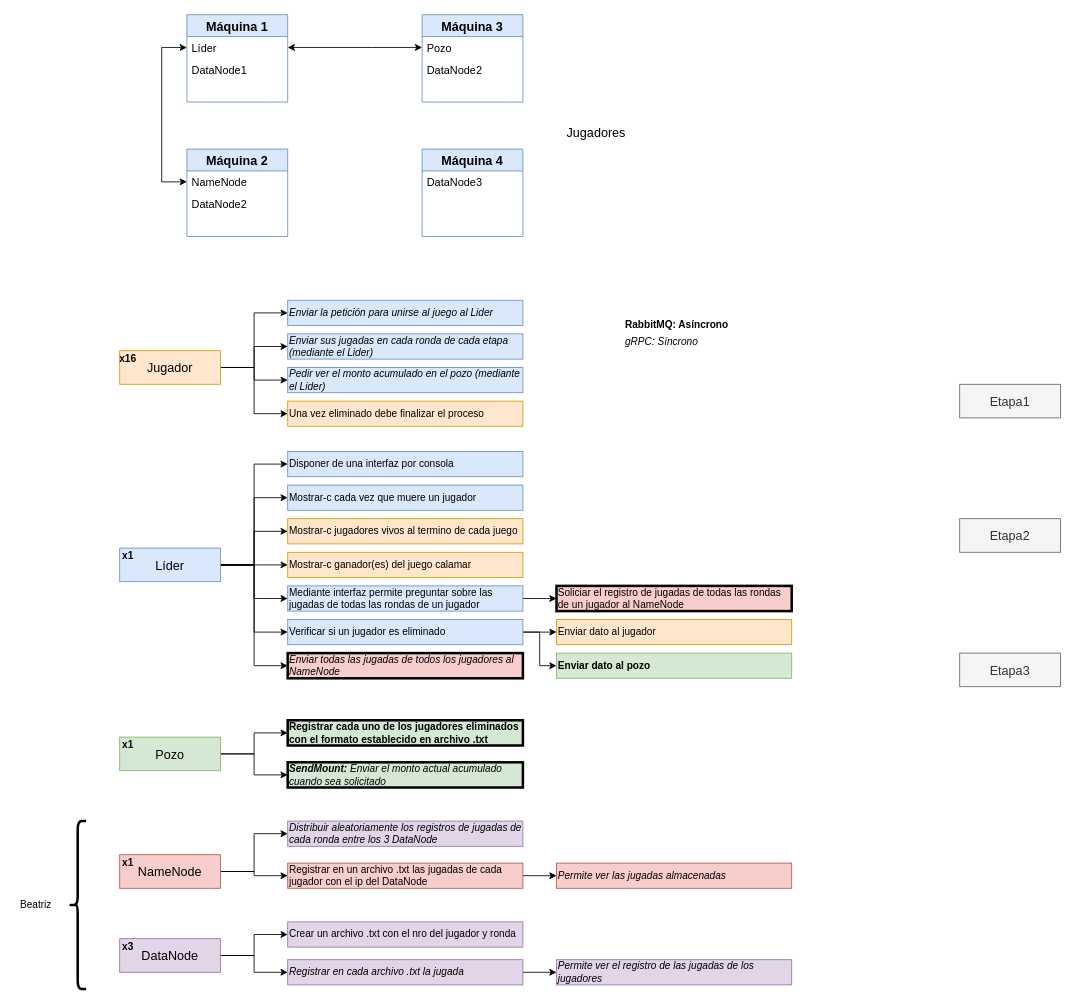
srlaggy/Lab2-Grupo42-INF343 keeps this draw.io diagram as Tarea2.drawio. Above is the earlier version. Source tidied: cells renumbered, new cells numbered last; positions are measured from the earlier drawing's top-left corner, leaving out a move shared by most shapes. Both pictures are drawn from the tidied source at 84%, with x=0, y=0 at pixel (14, 14).
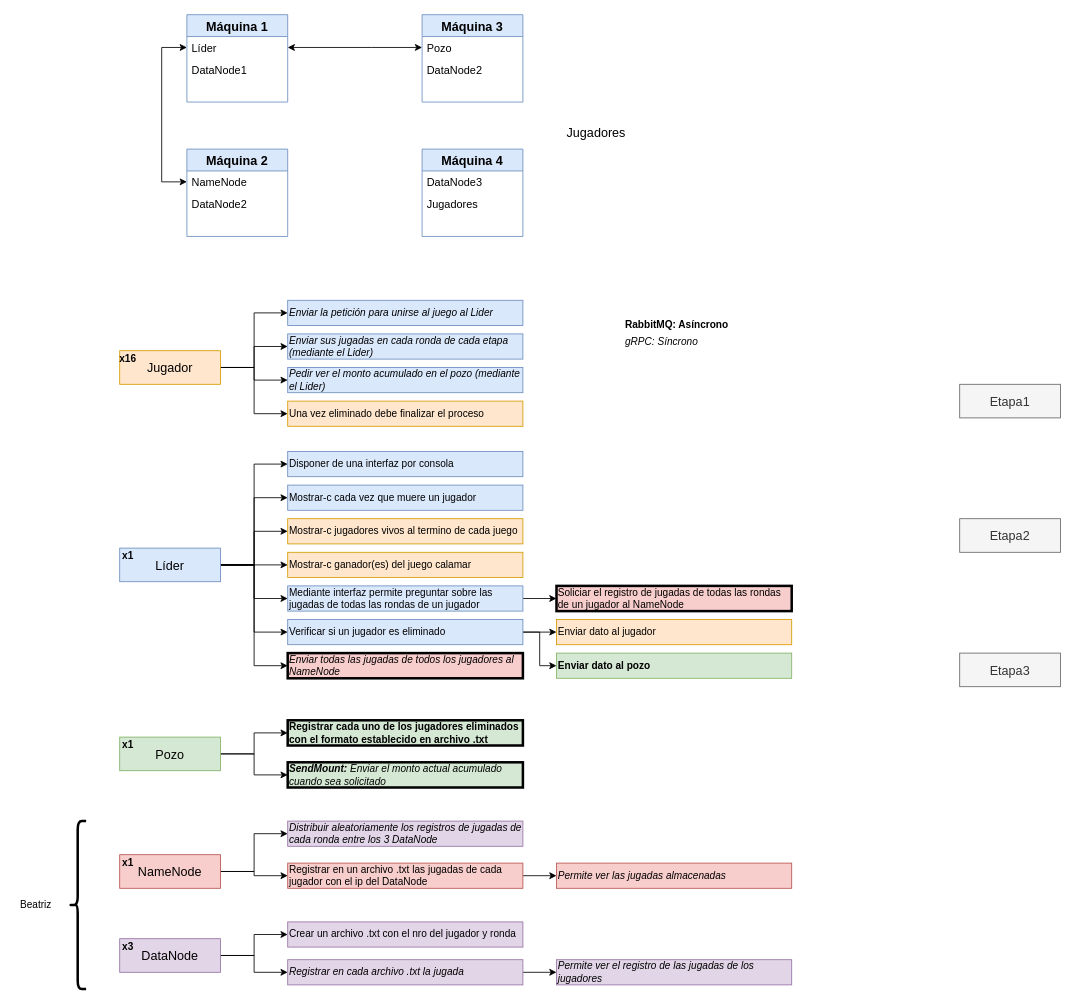
The same diagram, later.

Unchanged cells that the change refers to:
```xml
<mxCell id="74" value="Máquina 4" style="swimlane;fontStyle=1;horizontal=1;startSize=26;fillColor=#dae8fc;strokeColor=#6c8ebf;fontSize=15;" parent="1" vertex="1">
  <mxGeometry x="485" y="160" width="120" height="104" as="geometry" />
</mxCell>
```

Diff of the diagram source:
```diff
@@
-    <mxCell id="76" value=" " style="text;strokeColor=none;fillColor=none;align=left;verticalAlign=top;spacingLeft=4;spacingRight=4;overflow=hidden;" parent="74" vertex="1">
+    <mxCell id="76" value="Jugadores" style="text;strokeColor=none;fillColor=none;align=left;verticalAlign=top;spacingLeft=4;spacingRight=4;overflow=hidden;fontSize=13;" parent="74" vertex="1">
       <mxGeometry y="52" width="120" height="26" as="geometry" />
     </mxCell>
```
